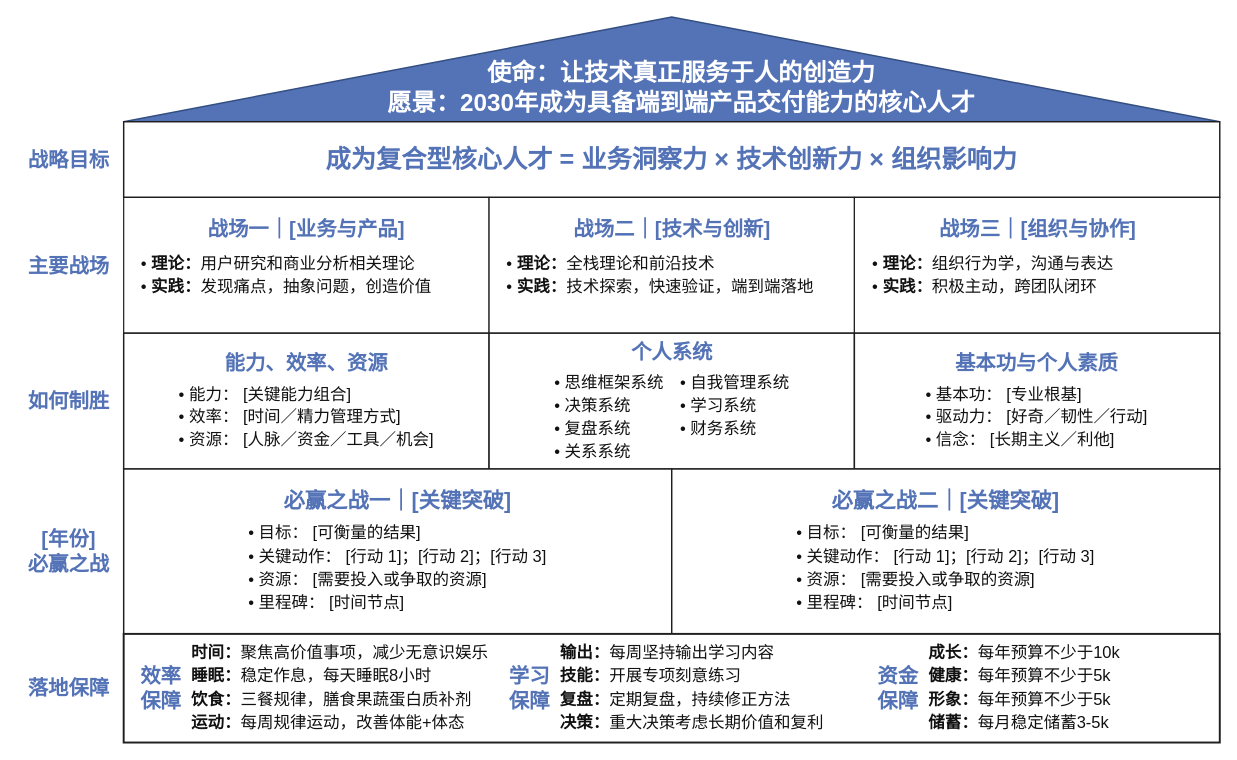
beauc114514/beauc114514 keeps this draw.io diagram as 个人战略屋模板.drawio. Above is the earlier version. Source tidied: cells renumbered, new cells numbered last; positions are measured from the earlier drawing's top-left corner, leaving out a move shared by most shapes. Both pictures are drawn from the tidied source at 97%, with x=0, y=0 at pixel (16, 16).
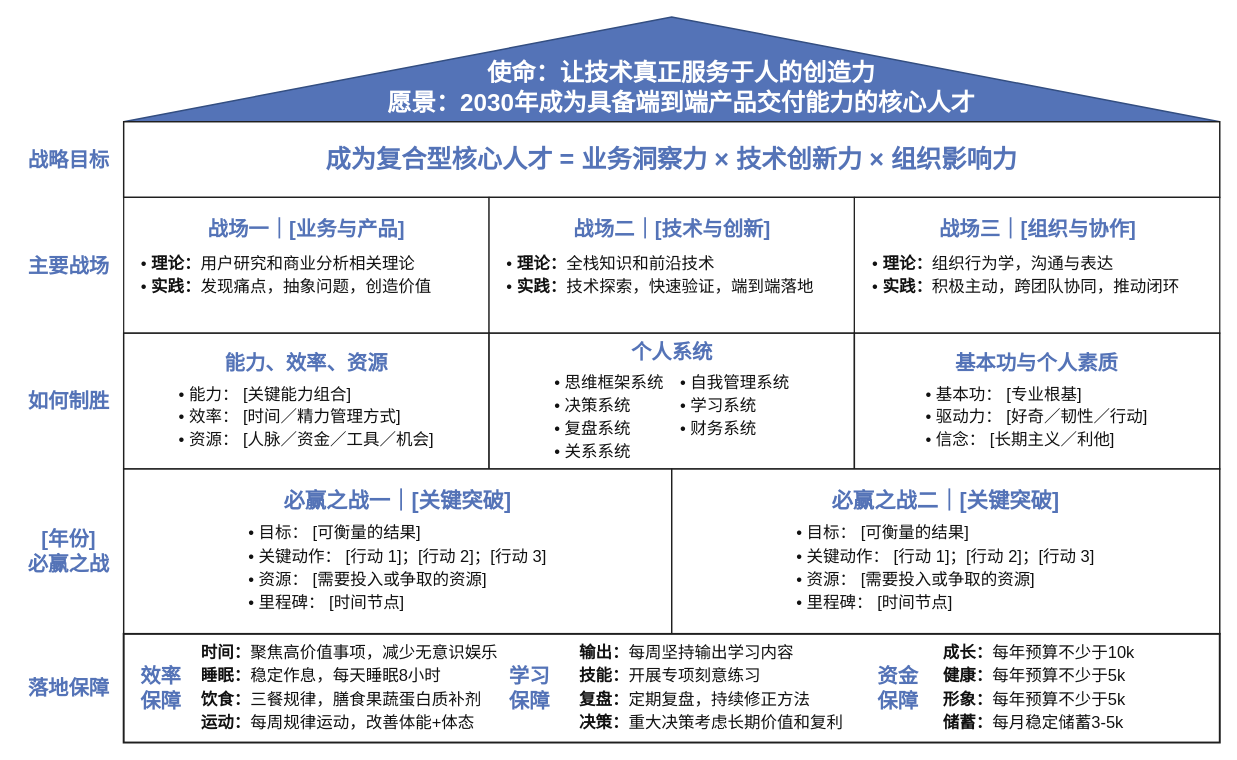
After the change.

Commit message:
更新个人战略屋模板.drawio

Diff of the diagram source:
```diff
@@
-    <mxCell id="13" value="&lt;div style=&quot;font-size:17px;line-height:24px;&quot;&gt;• &lt;b&gt;理论：&lt;/b&gt;全栈理论和前沿技术&lt;br&gt;• &lt;b&gt;实践：&lt;/b&gt;技术探索，快速验证，端到端落地&lt;/div&gt;" style="text;html=1;align=left;verticalAlign=middle;spacing=0;strokeColor=none;fillColor=none;fontColor=#111111;fontFamily=PingFang SC;fontSize=17;" parent="1" vertex="1">
+    <mxCell id="13" value="&lt;div style=&quot;font-size:17px;line-height:24px;&quot;&gt;• &lt;b&gt;理论：&lt;/b&gt;全栈知识和前沿技术&lt;br&gt;• &lt;b&gt;实践：&lt;/b&gt;技术探索，快速验证，端到端落地&lt;/div&gt;" style="text;html=1;align=left;verticalAlign=middle;spacing=0;strokeColor=none;fillColor=none;fontColor=#111111;fontFamily=PingFang SC;fontSize=17;" parent="1" vertex="1">
       <mxGeometry x="505" y="239" width="340" height="54" as="geometry" />
     </mxCell>
-    <mxCell id="14" value="&lt;div style=&quot;font-size:17px;line-height:24px;&quot;&gt;• &lt;b&gt;理论：&lt;/b&gt;组织行为学，沟通与表达&lt;br&gt;• &lt;b&gt;实践：&lt;/b&gt;积极主动，跨团队闭环&lt;/div&gt;" style="text;html=1;align=left;verticalAlign=middle;spacing=0;strokeColor=none;fillColor=none;fontColor=#111111;fontFamily=PingFang SC;fontSize=17;" parent="1" vertex="1">
+    <mxCell id="14" value="&lt;div style=&quot;font-size:17px;line-height:24px;&quot;&gt;• &lt;b&gt;理论：&lt;/b&gt;组织行为学，沟通与表达&lt;br&gt;• &lt;b&gt;实践：&lt;/b&gt;积极主动，&lt;span style=&quot;background-color: transparent; color: light-dark(rgb(17, 17, 17), rgb(223, 223, 223));&quot;&gt;跨团队协同，推动闭环&lt;/span&gt;&lt;/div&gt;" style="text;html=1;align=left;verticalAlign=middle;spacing=0;strokeColor=none;fillColor=none;fontColor=#111111;fontFamily=PingFang SC;fontSize=17;" parent="1" vertex="1">
       <mxGeometry x="882" y="239" width="340" height="54" as="geometry" />
     </mxCell>
@@
     <mxCell id="27" value="&lt;div style=&quot;font-size:17px;line-height:1.42;&quot;&gt;&lt;b&gt;时间：&lt;/b&gt;聚焦高价值事项，减少无意识娱乐&lt;br&gt;&lt;b&gt;睡眠：&lt;/b&gt;稳定作息，每天睡眠8小时&lt;br&gt;&lt;b&gt;饮食：&lt;/b&gt;三餐规律，膳食果蔬蛋白质补剂&lt;br&gt;&lt;b&gt;运动：&lt;/b&gt;每周规律运动，改善体能+体态&lt;/div&gt;" style="text;html=1;whiteSpace=wrap;align=left;verticalAlign=middle;spacing=0;strokeColor=none;fillColor=none;fontColor=#111111;fontFamily=PingFang SC;fontSize=17;" parent="1" vertex="1">
-      <mxGeometry x="180" y="642" width="315" height="100" as="geometry" />
+      <mxGeometry x="190" y="642" width="315" height="100" as="geometry" />
     </mxCell>
     <mxCell id="28" value="&lt;div style=&quot;font-size:17px;line-height:1.42;&quot;&gt;&lt;b&gt;输出：&lt;/b&gt;每周坚持输出学习内容&lt;br&gt;&lt;b&gt;技能：&lt;/b&gt;开展专项刻意练习&lt;br&gt;&lt;b&gt;复盘：&lt;/b&gt;定期复盘，持续修正方法&lt;br&gt;&lt;b&gt;决策：&lt;/b&gt;重大决策考虑长期价值和复利&lt;/div&gt;" style="text;html=1;whiteSpace=wrap;align=left;verticalAlign=middle;spacing=0;strokeColor=none;fillColor=none;fontColor=#111111;fontFamily=PingFang SC;fontSize=17;" parent="1" vertex="1">
-      <mxGeometry x="560" y="642" width="315" height="100" as="geometry" />
+      <mxGeometry x="580" y="642" width="285" height="100" as="geometry" />
     </mxCell>
     <mxCell id="29" value="&lt;div style=&quot;font-size:17px;line-height:1.42;&quot;&gt;&lt;b&gt;成长：&lt;/b&gt;每年预算不少于10k&lt;br&gt;&lt;b&gt;健康：&lt;/b&gt;每年预算不少于5k&lt;br&gt;&lt;b&gt;形象：&lt;/b&gt;每年预算不少于5k&lt;br&gt;&lt;b&gt;储蓄：&lt;/b&gt;每月稳定储蓄3-5k&lt;/div&gt;" style="text;html=1;whiteSpace=wrap;align=left;verticalAlign=middle;spacing=0;strokeColor=none;fillColor=none;fontColor=#111111;fontFamily=PingFang SC;fontSize=17;" parent="1" vertex="1">
-      <mxGeometry x="940" y="642" width="285" height="100" as="geometry" />
+      <mxGeometry x="955" y="642" width="285" height="100" as="geometry" />
     </mxCell>
```
